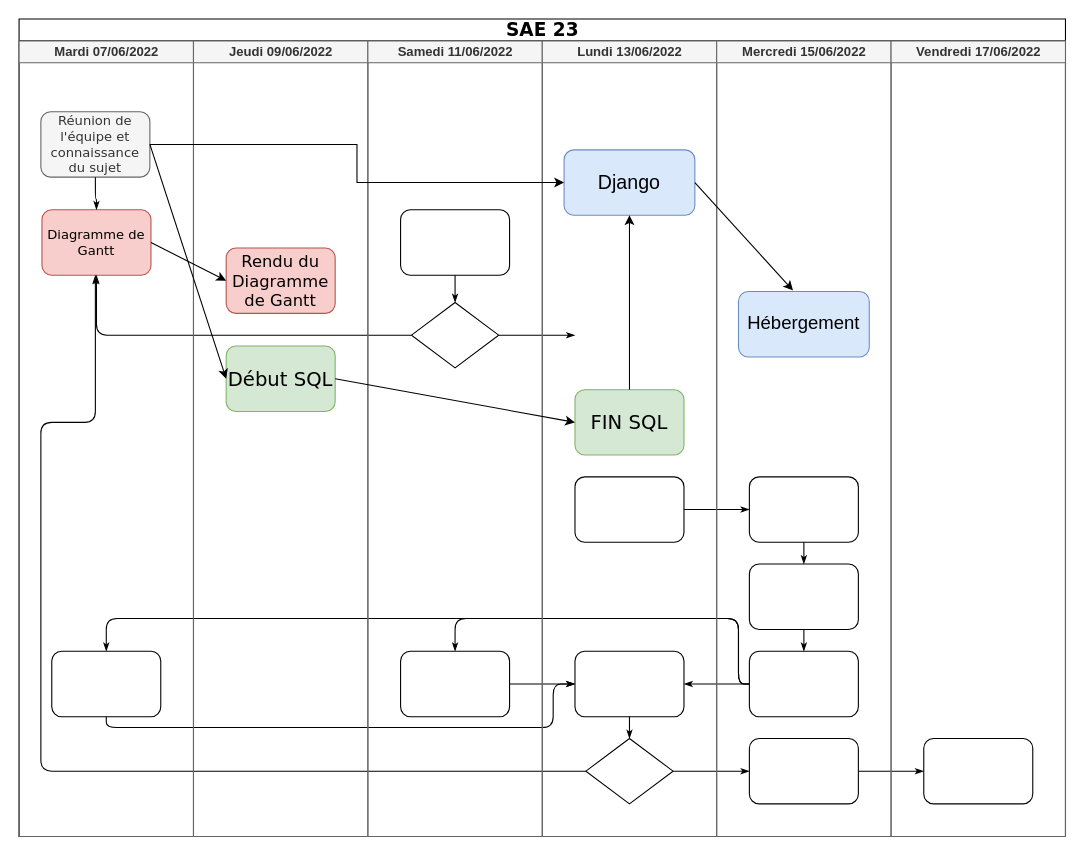
Before: Untitled Diagram.drawio in DaiKannn/SAE23, a draw.io diagram. Source tidied: cells renumbered, new cells numbered last; positions are measured from the earlier drawing's top-left corner, leaving out a move shared by most shapes. Both pictures are drawn from the tidied source at 109%, with x=0, y=0 at pixel (19, 19).
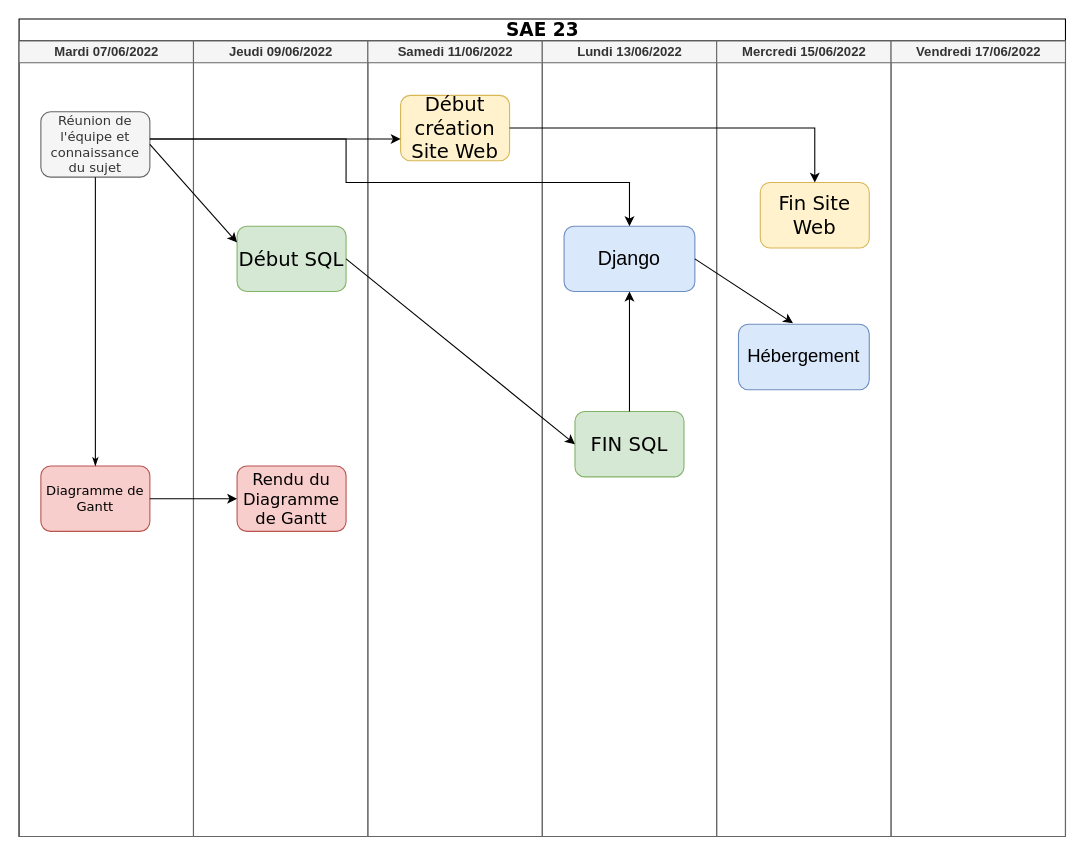
Above is the later version.

The change refers to these unchanged cells:
```xml
<mxCell id="2" value="&lt;font style=&quot;font-size: 17px;&quot;&gt;SAE 23&lt;/font&gt;" style="swimlane;html=1;startSize=20;rounded=0;shadow=0;labelBackgroundColor=none;strokeWidth=1;fontFamily=Verdana;fontSize=8;align=center;" parent="1" vertex="1">
  <mxGeometry width="960" height="750" as="geometry" />
</mxCell>
<mxCell id="3" value="Mardi 07/06/2022" style="swimlane;html=1;startSize=20;fillColor=#f5f5f5;fontColor=#333333;strokeColor=#666666;" parent="2" vertex="1">
  <mxGeometry y="20" width="160" height="730" as="geometry" />
</mxCell>
<mxCell id="4" value="&lt;font style=&quot;font-size: 12px;&quot;&gt;Réunion de l'équipe et connaissance du sujet&lt;/font&gt;" style="rounded=1;whiteSpace=wrap;html=1;shadow=0;labelBackgroundColor=none;strokeWidth=1;fontFamily=Verdana;fontSize=8;align=center;fillColor=#f5f5f5;fontColor=#333333;strokeColor=#666666;" parent="3" vertex="1">
  <mxGeometry x="20" y="65" width="100" height="60" as="geometry" />
</mxCell>
<mxCell id="19" value="Jeudi 09/06/2022" style="swimlane;html=1;startSize=20;fillColor=#f5f5f5;fontColor=#333333;strokeColor=#666666;" parent="2" vertex="1">
  <mxGeometry x="160" y="20" width="160" height="730" as="geometry" />
</mxCell>
<mxCell id="22" value="Samedi 11/06/2022" style="swimlane;html=1;startSize=20;fillColor=#f5f5f5;fontColor=#333333;strokeColor=#666666;" parent="2" vertex="1">
  <mxGeometry x="320" y="20" width="160" height="730" as="geometry" />
</mxCell>
<mxCell id="27" value="Lundi 13/06/2022" style="swimlane;html=1;startSize=20;fillColor=#f5f5f5;fontColor=#333333;strokeColor=#666666;" parent="2" vertex="1">
  <mxGeometry x="480" y="20" width="160" height="730" as="geometry" />
</mxCell>
<mxCell id="35" value="Mercredi 15/06/2022" style="swimlane;html=1;startSize=20;fillColor=#f5f5f5;fontColor=#333333;strokeColor=#666666;" parent="2" vertex="1">
  <mxGeometry x="640" y="20" width="160" height="730" as="geometry" />
</mxCell>
<mxCell id="43" value="Vendredi 17/06/2022" style="swimlane;html=1;startSize=20;fillColor=#f5f5f5;fontColor=#333333;strokeColor=#666666;" parent="2" vertex="1">
  <mxGeometry x="800" y="20" width="160" height="730" as="geometry" />
</mxCell>
```

The edit, as a diff of the source:
```diff
@@
     <mxCell id="5" value="&lt;font style=&quot;font-size: 12px;&quot;&gt;Diagramme de Gantt&lt;/font&gt;" style="rounded=1;whiteSpace=wrap;html=1;shadow=0;labelBackgroundColor=none;strokeWidth=1;fontFamily=Verdana;fontSize=8;align=center;fillColor=#f8cecc;strokeColor=#b85450;" parent="3" vertex="1">
-      <mxGeometry x="21" y="155" width="100" height="60" as="geometry" />
+      <mxGeometry x="20" y="390" width="100" height="60" as="geometry" />
     </mxCell>
-    <mxCell id="6" style="rounded=1;whiteSpace=wrap;html=1;shadow=0;labelBackgroundColor=none;strokeWidth=1;fontFamily=Verdana;fontSize=8;align=center;" parent="3" vertex="1">
-      <mxGeometry x="30" y="560" width="100" height="60" as="geometry" />
-    </mxCell>
@@
-    <mxCell id="8" style="edgeStyle=orthogonalEdgeStyle;rounded=1;html=1;labelBackgroundColor=none;startArrow=none;startFill=0;startSize=5;endArrow=classicThin;endFill=1;endSize=5;jettySize=auto;strokeWidth=1;fontFamily=Verdana;fontSize=8;" parent="2" edge="1" source="24" target="5">
-      <mxGeometry relative="1" as="geometry" />
-    </mxCell>
-    <mxCell id="9" style="edgeStyle=orthogonalEdgeStyle;rounded=1;html=1;labelBackgroundColor=none;startArrow=none;startFill=0;startSize=5;endArrow=classicThin;endFill=1;endSize=5;jettySize=auto;strokeWidth=1;fontFamily=Verdana;fontSize=8;" parent="2" edge="1" source="30" target="5">
-      <mxGeometry relative="1" as="geometry">
-        <Array as="points">
-          <mxPoint x="20" y="690" />
-          <mxPoint x="20" y="370" />
-          <mxPoint x="70" y="370" />
-        </Array>
-      </mxGeometry>
-    </mxCell>
-    <mxCell id="10" style="edgeStyle=orthogonalEdgeStyle;rounded=1;html=1;labelBackgroundColor=none;startArrow=none;startFill=0;startSize=5;endArrow=classicThin;endFill=1;endSize=5;jettySize=auto;strokeWidth=1;fontFamily=Verdana;fontSize=8;" parent="2" edge="1" source="24">
-      <mxGeometry relative="1" as="geometry">
-        <mxPoint x="510" y="290" as="targetPoint" />
-      </mxGeometry>
-    </mxCell>
-    <mxCell id="11" style="edgeStyle=orthogonalEdgeStyle;rounded=1;html=1;labelBackgroundColor=none;startArrow=none;startFill=0;startSize=5;endArrow=classicThin;endFill=1;endSize=5;jettySize=auto;strokeWidth=1;fontFamily=Verdana;fontSize=8;" parent="2" edge="1" source="30" target="39">
-      <mxGeometry relative="1" as="geometry" />
-    </mxCell>
-    <mxCell id="12" style="edgeStyle=orthogonalEdgeStyle;rounded=1;html=1;labelBackgroundColor=none;startArrow=none;startFill=0;startSize=5;endArrow=classicThin;endFill=1;endSize=5;jettySize=auto;strokeWidth=1;fontFamily=Verdana;fontSize=8;" parent="2" edge="1" source="39" target="44">
-      <mxGeometry relative="1" as="geometry" />
-    </mxCell>
-    <mxCell id="13" style="edgeStyle=orthogonalEdgeStyle;rounded=1;html=1;labelBackgroundColor=none;startArrow=none;startFill=0;startSize=5;endArrow=classicThin;endFill=1;endSize=5;jettySize=auto;strokeWidth=1;fontFamily=Verdana;fontSize=8;" parent="2" edge="1" source="28" target="36">
-      <mxGeometry relative="1" as="geometry" />
-    </mxCell>
-    <mxCell id="14" style="edgeStyle=orthogonalEdgeStyle;rounded=1;html=1;labelBackgroundColor=none;startArrow=none;startFill=0;startSize=5;endArrow=classicThin;endFill=1;endSize=5;jettySize=auto;strokeWidth=1;fontFamily=Verdana;fontSize=8;" parent="2" edge="1" source="38" target="25">
-      <mxGeometry relative="1" as="geometry">
-        <Array as="points">
-          <mxPoint x="660" y="610" />
-          <mxPoint x="660" y="550" />
-          <mxPoint x="400" y="550" />
-        </Array>
-      </mxGeometry>
-    </mxCell>
-    <mxCell id="15" style="edgeStyle=orthogonalEdgeStyle;rounded=1;html=1;labelBackgroundColor=none;startArrow=none;startFill=0;startSize=5;endArrow=classicThin;endFill=1;endSize=5;jettySize=auto;strokeColor=#000000;strokeWidth=1;fontFamily=Verdana;fontSize=8;fontColor=#000000;" parent="2" edge="1" source="38" target="29">
-      <mxGeometry relative="1" as="geometry" />
-    </mxCell>
-    <mxCell id="16" style="edgeStyle=orthogonalEdgeStyle;rounded=1;html=1;labelBackgroundColor=none;startArrow=none;startFill=0;startSize=5;endArrow=classicThin;endFill=1;endSize=5;jettySize=auto;strokeWidth=1;fontFamily=Verdana;fontSize=8;" parent="2" edge="1" source="38" target="6">
-      <mxGeometry relative="1" as="geometry">
-        <Array as="points">
-          <mxPoint x="660" y="610" />
-          <mxPoint x="660" y="550" />
-          <mxPoint x="80" y="550" />
-        </Array>
-      </mxGeometry>
-    </mxCell>
-    <mxCell id="17" style="edgeStyle=orthogonalEdgeStyle;rounded=1;html=1;labelBackgroundColor=none;startArrow=none;startFill=0;startSize=5;endArrow=classicThin;endFill=1;endSize=5;jettySize=auto;strokeWidth=1;fontFamily=Verdana;fontSize=8;" parent="2" edge="1" source="6" target="29">
-      <mxGeometry relative="1" as="geometry">
-        <Array as="points">
-          <mxPoint x="80" y="650" />
-          <mxPoint x="490" y="650" />
-          <mxPoint x="490" y="610" />
-        </Array>
-      </mxGeometry>
-    </mxCell>
-    <mxCell id="18" style="edgeStyle=orthogonalEdgeStyle;rounded=1;html=1;labelBackgroundColor=none;startArrow=none;startFill=0;startSize=5;endArrow=classicThin;endFill=1;endSize=5;jettySize=auto;strokeWidth=1;fontFamily=Verdana;fontSize=8;" parent="2" edge="1" source="25" target="29">
-      <mxGeometry relative="1" as="geometry" />
-    </mxCell>
@@
     <mxCell id="20" value="&lt;font style=&quot;font-size: 15px;&quot;&gt;Rendu du Diagramme de Gantt&lt;/font&gt;" style="rounded=1;whiteSpace=wrap;html=1;shadow=0;labelBackgroundColor=none;strokeWidth=1;fontFamily=Verdana;fontSize=8;align=center;fillColor=#f8cecc;strokeColor=#b85450;" parent="19" vertex="1">
-      <mxGeometry x="30" y="190" width="100" height="60" as="geometry" />
+      <mxGeometry x="40" y="390" width="100" height="60" as="geometry" />
     </mxCell>
     <mxCell id="21" value="&lt;font style=&quot;font-size: 18px;&quot;&gt;Début SQL&lt;/font&gt;" style="rounded=1;whiteSpace=wrap;html=1;shadow=0;labelBackgroundColor=none;strokeWidth=1;fontFamily=Verdana;fontSize=8;align=center;fillColor=#d5e8d4;strokeColor=#82b366;" parent="19" vertex="1">
-      <mxGeometry x="30" y="280" width="100" height="60" as="geometry" />
+      <mxGeometry x="40" y="170" width="100" height="60" as="geometry" />
     </mxCell>
@@
-    <mxCell id="23" style="rounded=1;whiteSpace=wrap;html=1;shadow=0;labelBackgroundColor=none;strokeWidth=1;fontFamily=Verdana;fontSize=8;align=center;" parent="22" vertex="1">
-      <mxGeometry x="30" y="155" width="100" height="60" as="geometry" />
-    </mxCell>
-    <mxCell id="24" style="rhombus;whiteSpace=wrap;html=1;rounded=0;shadow=0;labelBackgroundColor=none;strokeWidth=1;fontFamily=Verdana;fontSize=8;align=center;" parent="22" vertex="1">
-      <mxGeometry x="40" y="240" width="80" height="60" as="geometry" />
-    </mxCell>
-    <mxCell id="25" style="rounded=1;whiteSpace=wrap;html=1;shadow=0;labelBackgroundColor=none;strokeWidth=1;fontFamily=Verdana;fontSize=8;align=center;" parent="22" vertex="1">
-      <mxGeometry x="30" y="560" width="100" height="60" as="geometry" />
-    </mxCell>
-    <mxCell id="26" style="edgeStyle=orthogonalEdgeStyle;rounded=1;html=1;labelBackgroundColor=none;startArrow=none;startFill=0;startSize=5;endArrow=classicThin;endFill=1;endSize=5;jettySize=auto;strokeWidth=1;fontFamily=Verdana;fontSize=8;" parent="22" edge="1" source="23" target="24">
-      <mxGeometry relative="1" as="geometry" />
-    </mxCell>
+    <mxCell id="50" value="&lt;font style=&quot;font-size: 18px;&quot;&gt;Début création Site Web&lt;/font&gt;" style="rounded=1;whiteSpace=wrap;html=1;shadow=0;labelBackgroundColor=none;strokeWidth=1;fontFamily=Verdana;fontSize=8;align=center;fillColor=#fff2cc;strokeColor=#d6b656;" parent="22" vertex="1">
+      <mxGeometry x="30" y="50" width="100" height="60" as="geometry" />
+    </mxCell>
@@
-    <mxCell id="28" style="rounded=1;whiteSpace=wrap;html=1;shadow=0;labelBackgroundColor=none;strokeWidth=1;fontFamily=Verdana;fontSize=8;align=center;" parent="27" vertex="1">
-      <mxGeometry x="30" y="400" width="100" height="60" as="geometry" />
-    </mxCell>
-    <mxCell id="29" style="rounded=1;whiteSpace=wrap;html=1;shadow=0;labelBackgroundColor=none;strokeWidth=1;fontFamily=Verdana;fontSize=8;align=center;" parent="27" vertex="1">
-      <mxGeometry x="30" y="560" width="100" height="60" as="geometry" />
-    </mxCell>
-    <mxCell id="30" style="rhombus;whiteSpace=wrap;html=1;rounded=0;shadow=0;labelBackgroundColor=none;strokeWidth=1;fontFamily=Verdana;fontSize=8;align=center;" parent="27" vertex="1">
-      <mxGeometry x="40" y="640" width="80" height="60" as="geometry" />
-    </mxCell>
-    <mxCell id="31" style="edgeStyle=orthogonalEdgeStyle;rounded=1;html=1;labelBackgroundColor=none;startArrow=none;startFill=0;startSize=5;endArrow=classicThin;endFill=1;endSize=5;jettySize=auto;strokeWidth=1;fontFamily=Verdana;fontSize=8;" parent="27" edge="1" source="29" target="30">
-      <mxGeometry relative="1" as="geometry" />
-    </mxCell>
     <mxCell id="32" value="&lt;font style=&quot;font-size: 18px;&quot;&gt;Django&lt;/font&gt;" style="rounded=1;whiteSpace=wrap;html=1;fontSize=17;fillColor=#dae8fc;strokeColor=#6c8ebf;" parent="27" vertex="1">
-      <mxGeometry x="20" y="100" width="120" height="60" as="geometry" />
+      <mxGeometry x="20" y="170" width="120" height="60" as="geometry" />
     </mxCell>
     <mxCell id="33" value="&lt;font style=&quot;font-size: 18px;&quot;&gt;FIN SQL&lt;/font&gt;" style="rounded=1;whiteSpace=wrap;html=1;shadow=0;labelBackgroundColor=none;strokeWidth=1;fontFamily=Verdana;fontSize=8;align=center;fillColor=#d5e8d4;strokeColor=#82b366;" parent="27" vertex="1">
-      <mxGeometry x="30" y="320" width="100" height="60" as="geometry" />
+      <mxGeometry x="30" y="340" width="100" height="60" as="geometry" />
     </mxCell>
-    <mxCell id="34" style="endArrow=classic;html=1;rounded=0;fontSize=18;" parent="27" edge="1" target="32">
-      <mxGeometry relative="1" as="geometry">
-        <mxPoint x="80" y="320" as="sourcePoint" />
-      </mxGeometry>
+    <mxCell id="34" style="endArrow=classic;html=1;rounded=0;fontSize=18;exitX=0.5;exitY=0;exitDx=0;exitDy=0;" parent="27" edge="1" source="33" target="32">
+      <mxGeometry relative="1" as="geometry" />
     </mxCell>
@@
-    <mxCell id="36" style="rounded=1;whiteSpace=wrap;html=1;shadow=0;labelBackgroundColor=none;strokeWidth=1;fontFamily=Verdana;fontSize=8;align=center;" parent="35" vertex="1">
-      <mxGeometry x="30" y="400" width="100" height="60" as="geometry" />
-    </mxCell>
-    <mxCell id="37" style="rounded=1;whiteSpace=wrap;html=1;shadow=0;labelBackgroundColor=none;strokeWidth=1;fontFamily=Verdana;fontSize=8;align=center;" parent="35" vertex="1">
-      <mxGeometry x="30" y="480" width="100" height="60" as="geometry" />
-    </mxCell>
-    <mxCell id="38" style="rounded=1;whiteSpace=wrap;html=1;shadow=0;labelBackgroundColor=none;strokeWidth=1;fontFamily=Verdana;fontSize=8;align=center;" parent="35" vertex="1">
-      <mxGeometry x="30" y="560" width="100" height="60" as="geometry" />
-    </mxCell>
-    <mxCell id="39" style="rounded=1;whiteSpace=wrap;html=1;shadow=0;labelBackgroundColor=none;strokeWidth=1;fontFamily=Verdana;fontSize=8;align=center;" parent="35" vertex="1">
-      <mxGeometry x="30" y="640" width="100" height="60" as="geometry" />
-    </mxCell>
-    <mxCell id="40" style="edgeStyle=orthogonalEdgeStyle;rounded=1;html=1;labelBackgroundColor=none;startArrow=none;startFill=0;startSize=5;endArrow=classicThin;endFill=1;endSize=5;jettySize=auto;strokeWidth=1;fontFamily=Verdana;fontSize=8;" parent="35" edge="1" source="36" target="37">
-      <mxGeometry relative="1" as="geometry" />
-    </mxCell>
-    <mxCell id="41" style="edgeStyle=orthogonalEdgeStyle;rounded=1;html=1;labelBackgroundColor=none;startArrow=none;startFill=0;startSize=5;endArrow=classicThin;endFill=1;endSize=5;jettySize=auto;strokeWidth=1;fontFamily=Verdana;fontSize=8;" parent="35" edge="1" source="37" target="38">
-      <mxGeometry relative="1" as="geometry" />
-    </mxCell>
     <mxCell id="42" value="Hébergement" style="rounded=1;whiteSpace=wrap;html=1;fontSize=17;fillColor=#dae8fc;strokeColor=#6c8ebf;" parent="35" vertex="1">
-      <mxGeometry x="20" y="230" width="120" height="60" as="geometry" />
+      <mxGeometry x="20" y="260" width="120" height="60" as="geometry" />
     </mxCell>
+    <mxCell id="51" value="&lt;font style=&quot;font-size: 18px;&quot;&gt;Fin Site Web&lt;/font&gt;" style="rounded=1;whiteSpace=wrap;html=1;shadow=0;labelBackgroundColor=none;strokeWidth=1;fontFamily=Verdana;fontSize=8;align=center;fillColor=#fff2cc;strokeColor=#d6b656;" parent="35" vertex="1">
+      <mxGeometry x="40" y="130" width="100" height="60" as="geometry" />
+    </mxCell>
@@
-    <mxCell id="44" style="rounded=1;whiteSpace=wrap;html=1;shadow=0;labelBackgroundColor=none;strokeWidth=1;fontFamily=Verdana;fontSize=8;align=center;" parent="43" vertex="1">
-      <mxGeometry x="30" y="640" width="100" height="60" as="geometry" />
-    </mxCell>
-    <mxCell id="45" style="edgeStyle=orthogonalEdgeStyle;rounded=0;jettySize=auto;html=1;fontSize=17;" parent="2" edge="1" source="4" target="32">
-      <mxGeometry relative="1" as="geometry" />
+    <mxCell id="45" style="edgeStyle=orthogonalEdgeStyle;rounded=0;jettySize=auto;html=1;fontSize=17;entryX=0.5;entryY=0;entryDx=0;entryDy=0;" parent="2" edge="1" source="4" target="32">
+      <mxGeometry relative="1" as="geometry">
+        <Array as="points">
+          <mxPoint x="300" y="110" />
+          <mxPoint x="300" y="150" />
+          <mxPoint x="560" y="150" />
+        </Array>
+      </mxGeometry>
     </mxCell>
@@
-    <mxCell id="49" style="endArrow=classic;html=1;rounded=0;fontSize=18;exitX=1;exitY=0.5;exitDx=0;exitDy=0;entryX=0;entryY=0.5;entryDx=0;entryDy=0;" parent="2" edge="1" source="4" target="21">
+    <mxCell id="49" style="endArrow=classic;html=1;rounded=0;fontSize=18;exitX=1;exitY=0.5;exitDx=0;exitDy=0;entryX=0;entryY=0.25;entryDx=0;entryDy=0;" parent="2" edge="1" source="4" target="21">
       <mxGeometry relative="1" as="geometry" />
     </mxCell>
+    <mxCell id="52" style="edgeStyle=orthogonalEdgeStyle;rounded=0;jettySize=auto;html=1;entryX=0.5;entryY=0;entryDx=0;entryDy=0;fontSize=18;" parent="2" edge="1" source="50" target="51">
+      <mxGeometry relative="1" as="geometry" />
+    </mxCell>
+    <mxCell id="53" style="endArrow=classic;html=1;rounded=0;fontSize=18;" parent="2" edge="1">
+      <mxGeometry relative="1" as="geometry">
+        <mxPoint x="120" y="110" as="sourcePoint" />
+        <mxPoint x="350" y="110" as="targetPoint" />
+      </mxGeometry>
+    </mxCell>
```
